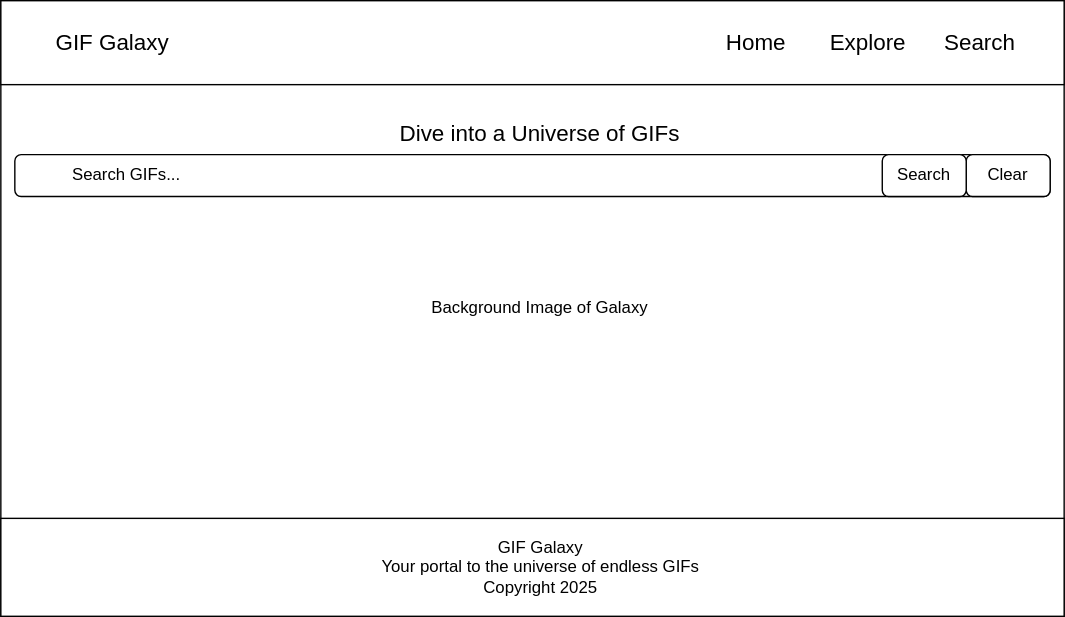
The draw.io diagram project2/images/Home-Desktop.drawio.svg in HazelStack/Project-2-GIFGalaxy, before a commit. Source tidied: cells renumbered, new cells last; positions are measured from the earlier drawing's top-left corner, leaving out a move shared by most shapes.
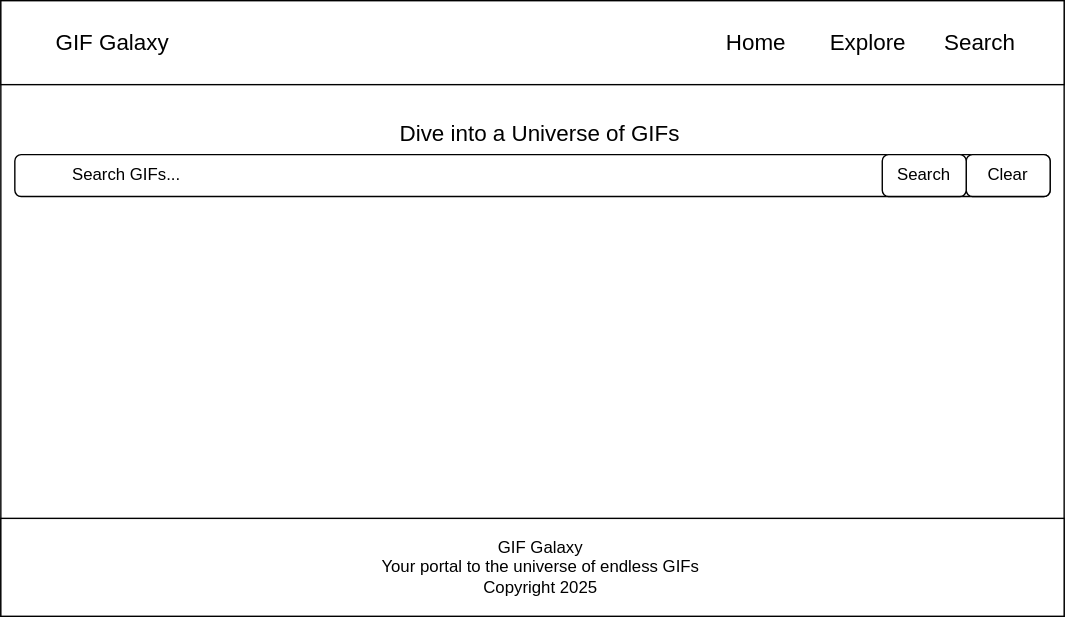
After the change.

Change to the diagram source:
```diff
@@ -41,8 +41,5 @@
     <mxCell id="14" value="GIF Galaxy&lt;div&gt;Your portal to the universe of endless GIFs&lt;/div&gt;&lt;div&gt;Copyright 2025&lt;/div&gt;" style="text;html=1;whiteSpace=wrap;strokeColor=none;fillColor=none;align=center;verticalAlign=middle;rounded=0;" parent="1" vertex="1">
       <mxGeometry x="245.5" y="380" width="280" height="50" as="geometry" />
     </mxCell>
-    <mxCell id="15" value="Background Image of Galaxy" style="text;html=1;whiteSpace=wrap;strokeColor=none;fillColor=none;align=center;verticalAlign=middle;rounded=0;" parent="1" vertex="1">
-      <mxGeometry x="288" y="205" width="195" height="30" as="geometry" />
-    </mxCell>
   </root>
 </mxGraphModel>
```
